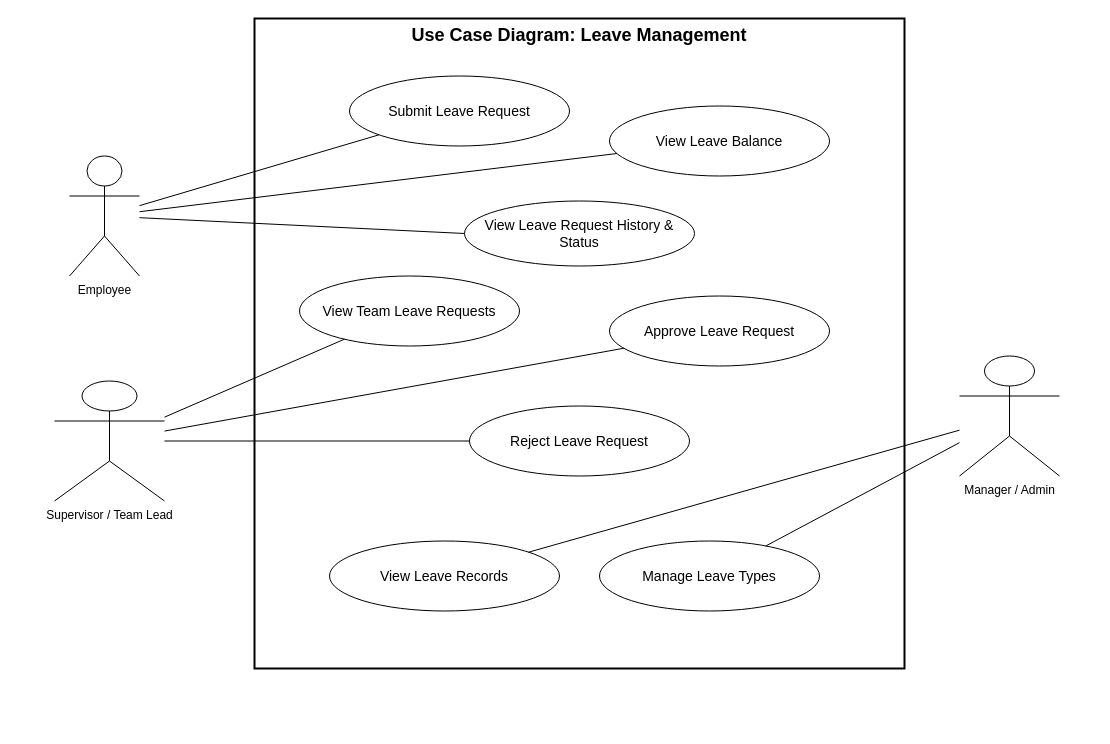
Earlier version of the draw.io diagram Diagrams/module_2_leave_management/02_Use_Case_Diagram.drawio (SE2012-EVOQ/EMS). Source tidied: cells renumbered, new cells numbered last; positions are measured from the earlier drawing's top-left corner, leaving out a move shared by most shapes. Both pictures are drawn from the tidied source at 100%, with x=0, y=0 at pixel (54, 18).
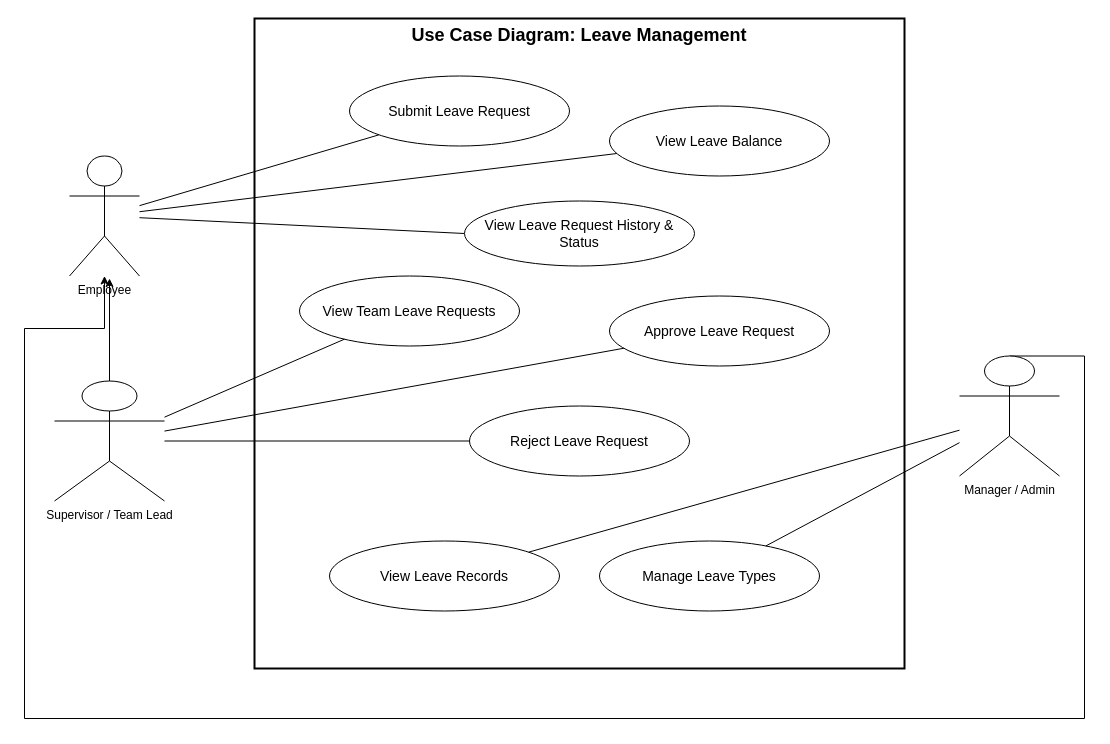
The same page after the edit.

The change refers to these unchanged cells:
```xml
<mxCell id="4" value="Employee" style="shape=umlActor;verticalLabelPosition=bottom;verticalAlign=top;html=1;" parent="1" vertex="1">
  <mxGeometry x="15" y="137.5" width="70" height="120" as="geometry" />
</mxCell>
<mxCell id="5" value="Supervisor / Team Lead" style="shape=umlActor;verticalLabelPosition=bottom;verticalAlign=top;html=1;" parent="1" vertex="1">
  <mxGeometry y="362.5" width="110" height="120" as="geometry" />
</mxCell>
<mxCell id="6" value="Manager / Admin" style="shape=umlActor;verticalLabelPosition=bottom;verticalAlign=top;html=1;" parent="1" vertex="1">
  <mxGeometry x="905" y="337.5" width="100" height="120" as="geometry" />
</mxCell>
```

What changed in the source:
```diff
@@
+    <mxCell id="22" style="edgeStyle=none;html=1;" parent="1" edge="1" source="5">
+      <mxGeometry relative="1" as="geometry">
+        <mxPoint x="55" y="260" as="targetPoint" />
+      </mxGeometry>
+    </mxCell>
@@
+    <mxCell id="23" style="edgeStyle=orthogonalEdgeStyle;html=1;rounded=0;curved=0;exitX=0.5;exitY=0;exitDx=0;exitDy=0;exitPerimeter=0;" parent="1" edge="1" source="6" target="4">
+      <mxGeometry relative="1" as="geometry">
+        <Array as="points">
+          <mxPoint x="1030" y="337.5" />
+          <mxPoint x="1030" y="700" />
+          <mxPoint x="-30" y="700" />
+          <mxPoint x="-30" y="310" />
+          <mxPoint x="50" y="310" />
+        </Array>
+      </mxGeometry>
+    </mxCell>
```
